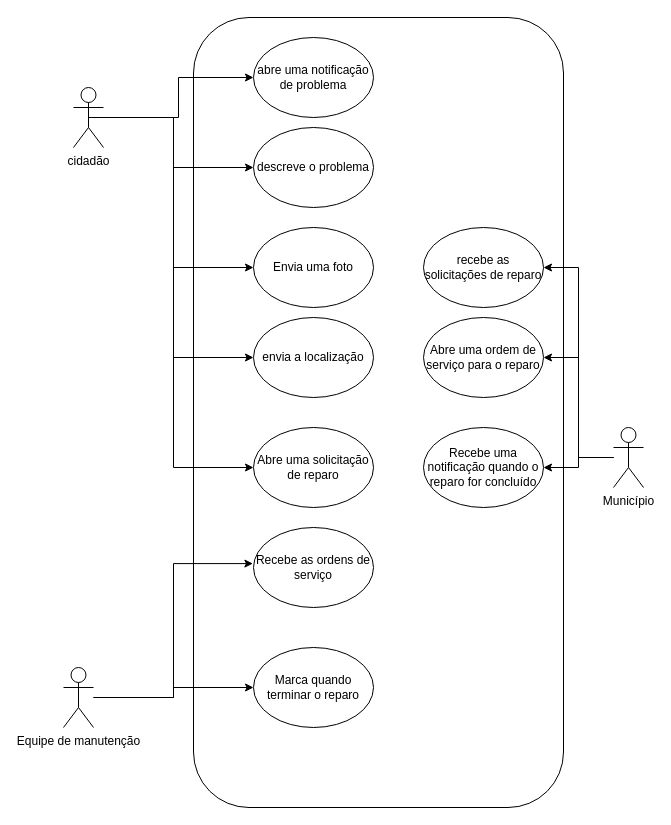
PuraFome/AEP-Segundo-Semestre-2022 keeps this draw.io diagram as diagramas/caso_de_uso.drawio. Above is the earlier version. Source tidied: cells renumbered, new cells numbered last; positions are measured from the earlier drawing's top-left corner, leaving out a move shared by most shapes. Both pictures are drawn from the tidied source at 100%, with x=0, y=0 at pixel (63, 17).
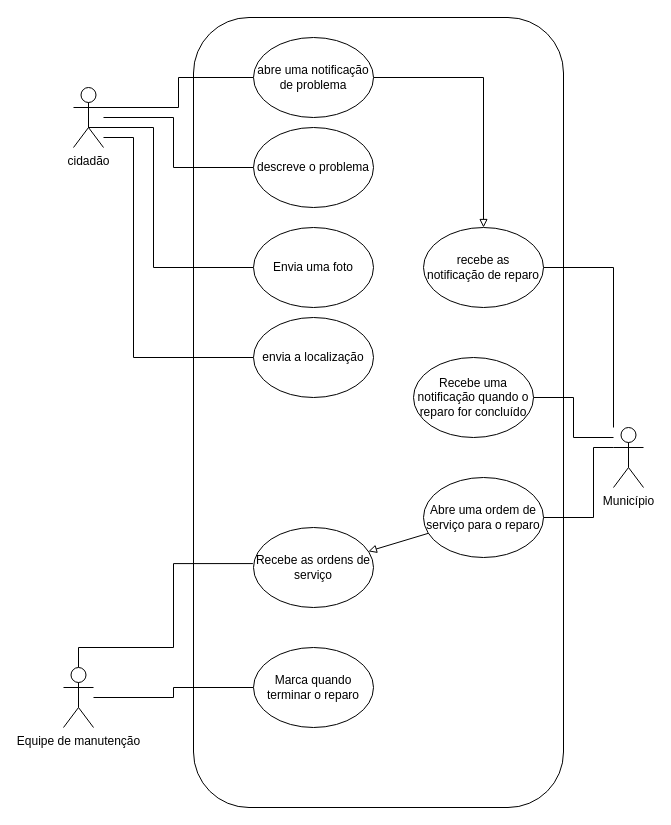
The same diagram, later.

The change refers to these unchanged cells:
```xml
<mxCell id="8" value="cidadão&lt;br&gt;" style="shape=umlActor;verticalLabelPosition=bottom;verticalAlign=top;html=1;" parent="1" vertex="1">
  <mxGeometry x="10" y="70" width="30" height="60" as="geometry" />
</mxCell>
<mxCell id="9" value="Envia uma foto&lt;br&gt;" style="ellipse;whiteSpace=wrap;html=1;" parent="1" vertex="1">
  <mxGeometry x="190" y="210" width="120" height="80" as="geometry" />
</mxCell>
<mxCell id="10" value="abre uma notificação de problema" style="ellipse;whiteSpace=wrap;html=1;" parent="1" vertex="1">
  <mxGeometry x="190" y="20" width="120" height="80" as="geometry" />
</mxCell>
<mxCell id="11" value="descreve o problema" style="ellipse;whiteSpace=wrap;html=1;" parent="1" vertex="1">
  <mxGeometry x="190" y="110" width="120" height="80" as="geometry" />
</mxCell>
<mxCell id="12" value="envia a localização" style="ellipse;whiteSpace=wrap;html=1;" parent="1" vertex="1">
  <mxGeometry x="190" y="300" width="120" height="80" as="geometry" />
</mxCell>
<mxCell id="17" value="Município" style="shape=umlActor;verticalLabelPosition=bottom;verticalAlign=top;html=1;outlineConnect=0;" parent="1" vertex="1">
  <mxGeometry x="550" y="410" width="30" height="60" as="geometry" />
</mxCell>
<mxCell id="23" value="Equipe de manutenção&lt;br&gt;" style="shape=umlActor;verticalLabelPosition=bottom;verticalAlign=top;html=1;outlineConnect=0;" parent="1" vertex="1">
  <mxGeometry y="650" width="30" height="60" as="geometry" />
</mxCell>
<mxCell id="24" value="Marca quando terminar o reparo" style="ellipse;whiteSpace=wrap;html=1;" parent="1" vertex="1">
  <mxGeometry x="190" y="630" width="120" height="80" as="geometry" />
</mxCell>
<mxCell id="25" value="Recebe as ordens de serviço" style="ellipse;whiteSpace=wrap;html=1;" parent="1" vertex="1">
  <mxGeometry x="190" y="510" width="120" height="80" as="geometry" />
</mxCell>
```

Change to the diagram source:
```diff
@@
-    <mxCell id="3" style="edgeStyle=orthogonalEdgeStyle;rounded=0;jettySize=auto;html=1;exitX=0.5;exitY=0.5;exitDx=0;exitDy=0;exitPerimeter=0;" parent="1" edge="1" source="8" target="9">
+    <mxCell id="3" style="edgeStyle=orthogonalEdgeStyle;rounded=0;jettySize=auto;html=1;exitX=0.5;exitY=0.5;exitDx=0;exitDy=0;exitPerimeter=0;endArrow=none;endFill=0;" parent="1" edge="1" source="8" target="9">
       <mxGeometry relative="1" as="geometry">
         <Array as="points">
-          <mxPoint x="110" y="100" />
-          <mxPoint x="110" y="250" />
+          <mxPoint x="25" y="110" />
+          <mxPoint x="90" y="110" />
+          <mxPoint x="90" y="250" />
         </Array>
       </mxGeometry>
     </mxCell>
-    <mxCell id="4" style="edgeStyle=orthogonalEdgeStyle;rounded=0;jettySize=auto;html=1;exitX=0.5;exitY=0.5;exitDx=0;exitDy=0;exitPerimeter=0;" parent="1" edge="1" source="8" target="10">
-      <mxGeometry relative="1" as="geometry" />
+    <mxCell id="4" style="edgeStyle=orthogonalEdgeStyle;rounded=0;jettySize=auto;html=1;exitX=0.5;exitY=0.5;exitDx=0;exitDy=0;exitPerimeter=0;endArrow=none;endFill=0;" parent="1" edge="1" source="8" target="10">
+      <mxGeometry relative="1" as="geometry">
+        <Array as="points">
+          <mxPoint x="25" y="90" />
+          <mxPoint x="115" y="90" />
+          <mxPoint x="115" y="60" />
+        </Array>
+      </mxGeometry>
     </mxCell>
-    <mxCell id="5" style="edgeStyle=orthogonalEdgeStyle;rounded=0;jettySize=auto;html=1;" parent="1" edge="1" source="8" target="11">
+    <mxCell id="5" style="edgeStyle=orthogonalEdgeStyle;rounded=0;jettySize=auto;html=1;endArrow=none;endFill=0;" parent="1" edge="1" source="8" target="11">
       <mxGeometry relative="1" as="geometry">
         <Array as="points">
           <mxPoint x="110" y="100" />
           <mxPoint x="110" y="150" />
         </Array>
       </mxGeometry>
     </mxCell>
-    <mxCell id="6" style="edgeStyle=orthogonalEdgeStyle;rounded=0;jettySize=auto;html=1;entryX=0;entryY=0.5;entryDx=0;entryDy=0;" parent="1" edge="1" source="8" target="12">
+    <mxCell id="6" style="edgeStyle=orthogonalEdgeStyle;rounded=0;jettySize=auto;html=1;entryX=0;entryY=0.5;entryDx=0;entryDy=0;endArrow=none;endFill=0;" parent="1" edge="1" source="8" target="12">
       <mxGeometry relative="1" as="geometry">
         <Array as="points">
-          <mxPoint x="110" y="100" />
-          <mxPoint x="110" y="340" />
+          <mxPoint x="70" y="120" />
+          <mxPoint x="70" y="340" />
         </Array>
       </mxGeometry>
     </mxCell>
-    <mxCell id="7" style="edgeStyle=orthogonalEdgeStyle;rounded=0;jettySize=auto;html=1;entryX=0;entryY=0.5;entryDx=0;entryDy=0;" parent="1" edge="1" source="8" target="13">
-      <mxGeometry relative="1" as="geometry">
-        <Array as="points">
-          <mxPoint x="110" y="100" />
-          <mxPoint x="110" y="450" />
-        </Array>
-      </mxGeometry>
-    </mxCell>
@@
+    <mxCell id="26" style="edgeStyle=orthogonalEdgeStyle;rounded=0;jettySize=auto;html=1;entryX=0.5;entryY=0;entryDx=0;entryDy=0;endArrow=block;endFill=0;" parent="1" edge="1" source="10" target="18">
+      <mxGeometry relative="1" as="geometry" />
+    </mxCell>
@@
-    <mxCell id="13" value="Abre uma solicitação de reparo" style="ellipse;whiteSpace=wrap;html=1;" parent="1" vertex="1">
-      <mxGeometry x="190" y="410" width="120" height="80" as="geometry" />
-    </mxCell>
-    <mxCell id="14" style="edgeStyle=orthogonalEdgeStyle;rounded=0;jettySize=auto;html=1;entryX=1;entryY=0.5;entryDx=0;entryDy=0;" parent="1" edge="1" source="17" target="18">
-      <mxGeometry relative="1" as="geometry" />
+    <mxCell id="14" style="edgeStyle=orthogonalEdgeStyle;rounded=0;jettySize=auto;html=1;entryX=1;entryY=0.5;entryDx=0;entryDy=0;endArrow=none;endFill=0;" parent="1" edge="1" source="17" target="18">
+      <mxGeometry relative="1" as="geometry">
+        <Array as="points">
+          <mxPoint x="550" y="250" />
+        </Array>
+      </mxGeometry>
     </mxCell>
-    <mxCell id="15" style="edgeStyle=orthogonalEdgeStyle;rounded=0;jettySize=auto;html=1;entryX=1;entryY=0.5;entryDx=0;entryDy=0;" parent="1" edge="1" source="17" target="19">
-      <mxGeometry relative="1" as="geometry" />
+    <mxCell id="15" style="edgeStyle=orthogonalEdgeStyle;rounded=0;jettySize=auto;html=1;entryX=1;entryY=0.5;entryDx=0;entryDy=0;endArrow=none;endFill=0;" parent="1" edge="1" source="17" target="19">
+      <mxGeometry relative="1" as="geometry">
+        <Array as="points">
+          <mxPoint x="530" y="430" />
+          <mxPoint x="530" y="500" />
+        </Array>
+      </mxGeometry>
     </mxCell>
-    <mxCell id="16" style="edgeStyle=orthogonalEdgeStyle;rounded=0;jettySize=auto;html=1;entryX=1;entryY=0.5;entryDx=0;entryDy=0;" parent="1" edge="1" source="17" target="20">
-      <mxGeometry relative="1" as="geometry" />
+    <mxCell id="16" style="edgeStyle=orthogonalEdgeStyle;rounded=0;jettySize=auto;html=1;entryX=1;entryY=0.5;entryDx=0;entryDy=0;endArrow=none;endFill=0;" parent="1" edge="1" source="17" target="20">
+      <mxGeometry relative="1" as="geometry">
+        <Array as="points">
+          <mxPoint x="510" y="420" />
+          <mxPoint x="510" y="380" />
+        </Array>
+      </mxGeometry>
     </mxCell>
@@
-    <mxCell id="18" value="recebe as solicitações de reparo" style="ellipse;whiteSpace=wrap;html=1;" parent="1" vertex="1">
+    <mxCell id="18" value="recebe as notificação&amp;nbsp;de reparo" style="ellipse;whiteSpace=wrap;html=1;" parent="1" vertex="1">
       <mxGeometry x="360" y="210" width="120" height="80" as="geometry" />
     </mxCell>
+    <mxCell id="27" style="edgeStyle=none;rounded=0;jettySize=auto;html=1;endArrow=block;endFill=0;" parent="1" edge="1" source="19" target="25">
+      <mxGeometry relative="1" as="geometry" />
+    </mxCell>
     <mxCell id="19" value="Abre uma ordem de serviço para o reparo" style="ellipse;whiteSpace=wrap;html=1;" parent="1" vertex="1">
-      <mxGeometry x="360" y="300" width="120" height="80" as="geometry" />
+      <mxGeometry x="360" y="460" width="120" height="80" as="geometry" />
     </mxCell>
     <mxCell id="20" value="Recebe uma notificação quando o reparo for concluído" style="ellipse;whiteSpace=wrap;html=1;" parent="1" vertex="1">
-      <mxGeometry x="360" y="410" width="120" height="80" as="geometry" />
+      <mxGeometry x="350" y="340" width="120" height="80" as="geometry" />
     </mxCell>
-    <mxCell id="21" style="edgeStyle=orthogonalEdgeStyle;rounded=0;jettySize=auto;html=1;entryX=-0.005;entryY=0.451;entryDx=0;entryDy=0;entryPerimeter=0;" parent="1" edge="1" source="23" target="25">
-      <mxGeometry relative="1" as="geometry" />
+    <mxCell id="21" style="edgeStyle=orthogonalEdgeStyle;rounded=0;jettySize=auto;html=1;entryX=-0.005;entryY=0.451;entryDx=0;entryDy=0;entryPerimeter=0;endArrow=none;endFill=0;" parent="1" edge="1" source="23" target="25">
+      <mxGeometry relative="1" as="geometry">
+        <Array as="points">
+          <mxPoint x="15" y="630" />
+          <mxPoint x="110" y="630" />
+          <mxPoint x="110" y="546" />
+        </Array>
+      </mxGeometry>
     </mxCell>
-    <mxCell id="22" style="edgeStyle=orthogonalEdgeStyle;rounded=0;jettySize=auto;html=1;" parent="1" edge="1" source="23" target="24">
+    <mxCell id="22" style="edgeStyle=orthogonalEdgeStyle;rounded=0;jettySize=auto;html=1;endArrow=none;endFill=0;" parent="1" edge="1" source="23" target="24">
       <mxGeometry relative="1" as="geometry" />
     </mxCell>
```
